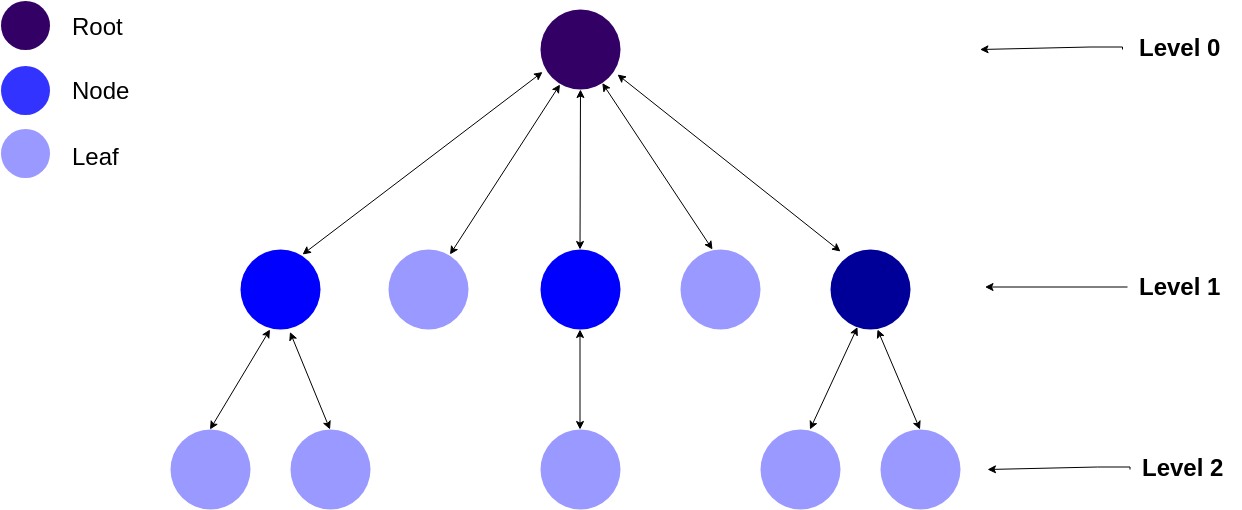
Above: resources/bfs.png in joserafael97/auditor-crawler (draw.io), before the change. Source tidied: cells renumbered, new cells last; positions are measured from the earlier drawing's top-left corner, leaving out a move shared by most shapes.
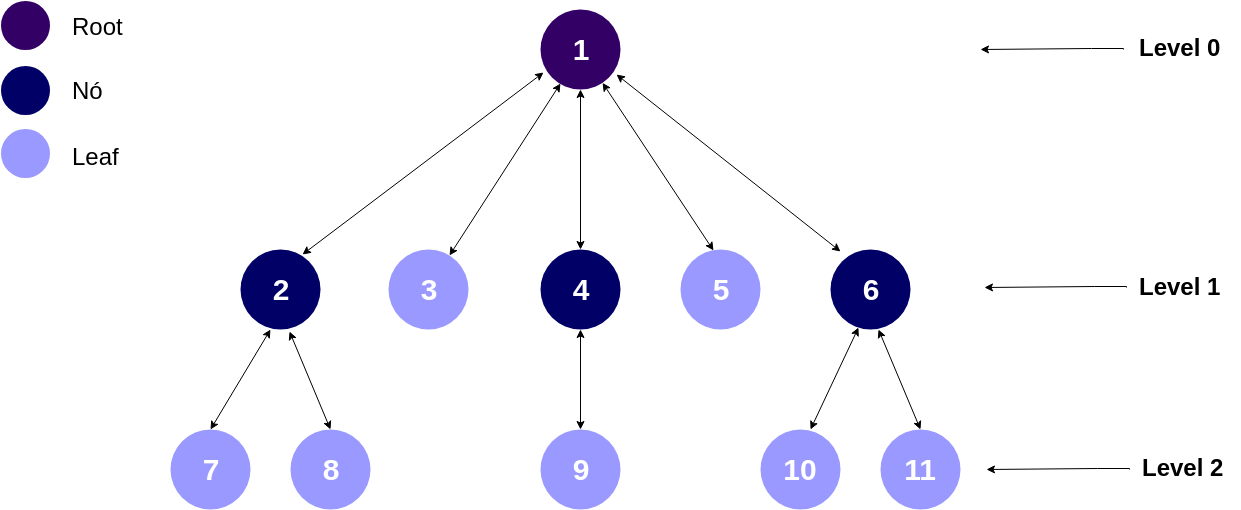
The same file after the commit.

Change to the diagram source:
```diff
@@ -2,37 +2,37 @@
   <root>
     <mxCell id="0" />
     <mxCell id="1" parent="0" />
-    <mxCell id="2" style="ellipse;whiteSpace=wrap;html=1;strokeColor=none;fillColor=#9999FF;" parent="1" vertex="1">
+    <mxCell id="2" value="&lt;font color=&quot;#ffffff&quot; style=&quot;font-size: 30px&quot;&gt;&lt;b&gt;3&lt;/b&gt;&lt;/font&gt;" style="ellipse;whiteSpace=wrap;html=1;strokeColor=none;fillColor=#9999FF;" parent="1" vertex="1">
       <mxGeometry x="387.5" y="249" width="80" height="80" as="geometry" />
     </mxCell>
-    <mxCell id="3" style="ellipse;whiteSpace=wrap;html=1;strokeColor=none;fillColor=#0000FF;" parent="1" vertex="1">
+    <mxCell id="3" value="&lt;font color=&quot;#ffffff&quot; style=&quot;font-size: 30px&quot;&gt;&lt;b&gt;4&lt;/b&gt;&lt;/font&gt;" style="ellipse;whiteSpace=wrap;html=1;strokeColor=none;fillColor=#000066;" parent="1" vertex="1">
       <mxGeometry x="540" y="249" width="80" height="80" as="geometry" />
     </mxCell>
-    <mxCell id="4" style="ellipse;whiteSpace=wrap;html=1;fillColor=#330066;strokeColor=none;" parent="1" vertex="1">
+    <mxCell id="4" value="&lt;font color=&quot;#ffffff&quot; size=&quot;1&quot;&gt;&lt;b style=&quot;font-size: 30px&quot;&gt;1&lt;/b&gt;&lt;/font&gt;" style="ellipse;whiteSpace=wrap;html=1;fillColor=#330066;strokeColor=none;" parent="1" vertex="1">
       <mxGeometry x="540" y="9" width="80" height="80" as="geometry" />
     </mxCell>
-    <mxCell id="5" style="ellipse;whiteSpace=wrap;html=1;strokeColor=none;fillColor=#9999FF;" parent="1" vertex="1">
+    <mxCell id="5" value="&lt;font color=&quot;#ffffff&quot; size=&quot;1&quot;&gt;&lt;b style=&quot;font-size: 30px&quot;&gt;5&lt;/b&gt;&lt;/font&gt;" style="ellipse;whiteSpace=wrap;html=1;strokeColor=none;fillColor=#9999FF;" parent="1" vertex="1">
       <mxGeometry x="680" y="249" width="80" height="80" as="geometry" />
     </mxCell>
-    <mxCell id="6" style="ellipse;whiteSpace=wrap;html=1;fillColor=#000099;strokeColor=none;" parent="1" vertex="1">
+    <mxCell id="6" value="&lt;font style=&quot;font-size: 30px&quot; color=&quot;#ffffff&quot;&gt;&lt;b&gt;6&lt;/b&gt;&lt;/font&gt;" style="ellipse;whiteSpace=wrap;html=1;fillColor=#000066;strokeColor=none;" parent="1" vertex="1">
       <mxGeometry x="830" y="249" width="80" height="80" as="geometry" />
     </mxCell>
-    <mxCell id="7" style="ellipse;whiteSpace=wrap;html=1;fillColor=#0000FF;strokeColor=none;gradientColor=none;" parent="1" vertex="1">
+    <mxCell id="7" value="&lt;b&gt;&lt;font style=&quot;font-size: 30px&quot; color=&quot;#ffffff&quot;&gt;2&lt;/font&gt;&lt;/b&gt;" style="ellipse;whiteSpace=wrap;html=1;fillColor=#000066;strokeColor=none;gradientColor=none;" parent="1" vertex="1">
       <mxGeometry x="240" y="249" width="80" height="80" as="geometry" />
     </mxCell>
-    <mxCell id="8" style="ellipse;whiteSpace=wrap;html=1;fillColor=#9999FF;strokeColor=none;" parent="1" vertex="1">
+    <mxCell id="8" value="&lt;b&gt;&lt;font style=&quot;font-size: 30px&quot; color=&quot;#ffffff&quot;&gt;7&lt;/font&gt;&lt;/b&gt;" style="ellipse;whiteSpace=wrap;html=1;fillColor=#9999FF;strokeColor=none;" parent="1" vertex="1">
       <mxGeometry x="170" y="429" width="80" height="80" as="geometry" />
     </mxCell>
-    <mxCell id="9" style="ellipse;whiteSpace=wrap;html=1;fillColor=#9999FF;strokeColor=none;" parent="1" vertex="1">
+    <mxCell id="9" value="&lt;font style=&quot;font-size: 30px&quot; color=&quot;#ffffff&quot;&gt;&lt;b&gt;8&lt;/b&gt;&lt;/font&gt;" style="ellipse;whiteSpace=wrap;html=1;fillColor=#9999FF;strokeColor=none;" parent="1" vertex="1">
       <mxGeometry x="290" y="429" width="80" height="80" as="geometry" />
     </mxCell>
-    <mxCell id="10" style="ellipse;whiteSpace=wrap;html=1;fillColor=#9999FF;strokeColor=none;" parent="1" vertex="1">
+    <mxCell id="10" value="&lt;font color=&quot;#ffffff&quot; size=&quot;1&quot;&gt;&lt;b style=&quot;font-size: 30px&quot;&gt;9&lt;/b&gt;&lt;/font&gt;" style="ellipse;whiteSpace=wrap;html=1;fillColor=#9999FF;strokeColor=none;" parent="1" vertex="1">
       <mxGeometry x="540" y="429" width="80" height="80" as="geometry" />
     </mxCell>
-    <mxCell id="11" style="ellipse;whiteSpace=wrap;html=1;fillColor=#9999FF;strokeColor=none;" parent="1" vertex="1">
+    <mxCell id="11" value="&lt;b&gt;&lt;font style=&quot;font-size: 30px&quot; color=&quot;#ffffff&quot;&gt;10&lt;/font&gt;&lt;/b&gt;" style="ellipse;whiteSpace=wrap;html=1;fillColor=#9999FF;strokeColor=none;" parent="1" vertex="1">
       <mxGeometry x="760" y="429" width="80" height="80" as="geometry" />
     </mxCell>
-    <mxCell id="12" style="ellipse;whiteSpace=wrap;html=1;fillColor=#9999FF;strokeColor=none;" parent="1" vertex="1">
+    <mxCell id="12" value="&lt;font style=&quot;font-size: 30px&quot; color=&quot;#ffffff&quot;&gt;&lt;b&gt;11&lt;/b&gt;&lt;/font&gt;" style="ellipse;whiteSpace=wrap;html=1;fillColor=#9999FF;strokeColor=none;" parent="1" vertex="1">
       <mxGeometry x="880" y="429" width="80" height="80" as="geometry" />
     </mxCell>
     <mxCell id="13" style="endArrow=classic;startArrow=classic;html=1;exitX=0.775;exitY=0.063;exitDx=0;exitDy=0;entryX=0.038;entryY=0.788;entryDx=0;entryDy=0;entryPerimeter=0;exitPerimeter=0;" parent="1" edge="1" source="7" target="4">
@@ -112,11 +112,11 @@
     <mxCell id="30" value="&lt;font style=&quot;font-size: 24px&quot;&gt;Root&lt;/font&gt;" style="text;html=1;align=left;verticalAlign=top;spacingTop=-4;" parent="1" vertex="1">
       <mxGeometry x="70" y="9.5" width="70" height="20" as="geometry" />
     </mxCell>
-    <mxCell id="31" style="ellipse;whiteSpace=wrap;html=1;fillColor=#3333FF;strokeColor=none;" parent="1" vertex="1">
+    <mxCell id="31" style="ellipse;whiteSpace=wrap;html=1;fillColor=#000066;strokeColor=none;" parent="1" vertex="1">
       <mxGeometry y="65" width="49" height="49" as="geometry" />
     </mxCell>
-    <mxCell id="32" value="&lt;font style=&quot;font-size: 24px&quot;&gt;Node&lt;/font&gt;" style="text;html=1;align=left;verticalAlign=top;spacingTop=-4;" parent="1" vertex="1">
-      <mxGeometry x="70" y="73.5" width="70" height="20" as="geometry" />
+    <mxCell id="32" value="&lt;font style=&quot;font-size: 24px&quot;&gt;Nó&lt;/font&gt;" style="text;html=1;align=left;verticalAlign=top;spacingTop=-4;" parent="1" vertex="1">
+      <mxGeometry x="70" y="73.5" width="50" height="20" as="geometry" />
     </mxCell>
     <mxCell id="33" style="ellipse;whiteSpace=wrap;html=1;fillColor=#9999FF;strokeColor=none;" parent="1" vertex="1">
       <mxGeometry y="128.5" width="49" height="49" as="geometry" />
```
